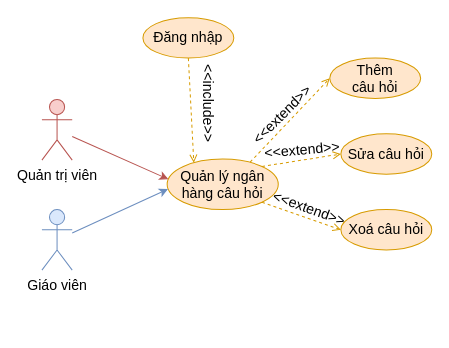
This is Documents/draw/usecase/phan-ra/ngan-hang-cau-hoi.drawio from copecute/do-an-tot-nghiep, a draw.io file, before an edit. Source tidied: cells renumbered, new cells numbered last; positions are measured from the earlier drawing's top-left corner, leaving out a move shared by most shapes. Both pictures are drawn from the tidied source at 101%, with x=0, y=0 at pixel (41, 17).
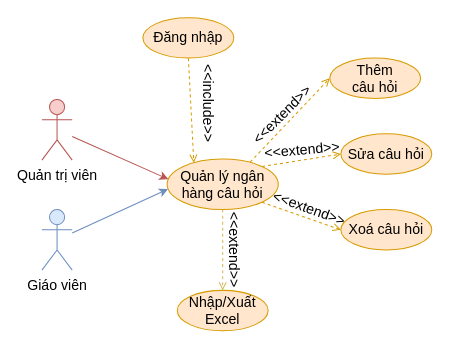
After the change.

Unchanged cells that the change refers to:
```xml
<mxCell id="2" value="Quản lý ngân hàng câu hỏi" style="ellipse;whiteSpace=wrap;html=1;fillColor=#ffe6cc;strokeColor=#d79b00;fontSize=14;" parent="1" vertex="1">
  <mxGeometry x="124" y="140" width="110" height="50" as="geometry" />
</mxCell>
```

The edit, as a diff of the source:
```diff
@@
+    <mxCell id="19" style="rounded=0;jettySize=auto;html=1;entryX=0.5;entryY=0;entryDx=0;entryDy=0;dashed=1;endArrow=open;endFill=0;fillColor=#fff2cc;strokeColor=#d6b656;" parent="1" edge="1" source="2" target="20">
+      <mxGeometry relative="1" as="geometry" />
+    </mxCell>
@@
+    <mxCell id="20" value="Nhập/Xuất Excel" style="ellipse;whiteSpace=wrap;html=1;fillColor=#ffe6cc;strokeColor=#d79b00;fontSize=14;" parent="1" vertex="1">
+      <mxGeometry x="134" y="270" width="90" height="40" as="geometry" />
+    </mxCell>
+    <mxCell id="21" value="&lt;font style=&quot;font-size: 14px;&quot;&gt;&amp;lt;&amp;lt;extend&amp;gt;&amp;gt;&lt;/font&gt;" style="text;html=1;strokeColor=none;fillColor=none;align=center;verticalAlign=middle;whiteSpace=wrap;rounded=0;rotation=90;fontSize=14;" parent="1" vertex="1">
+      <mxGeometry x="161" y="215" width="60" height="30" as="geometry" />
+    </mxCell>
```
